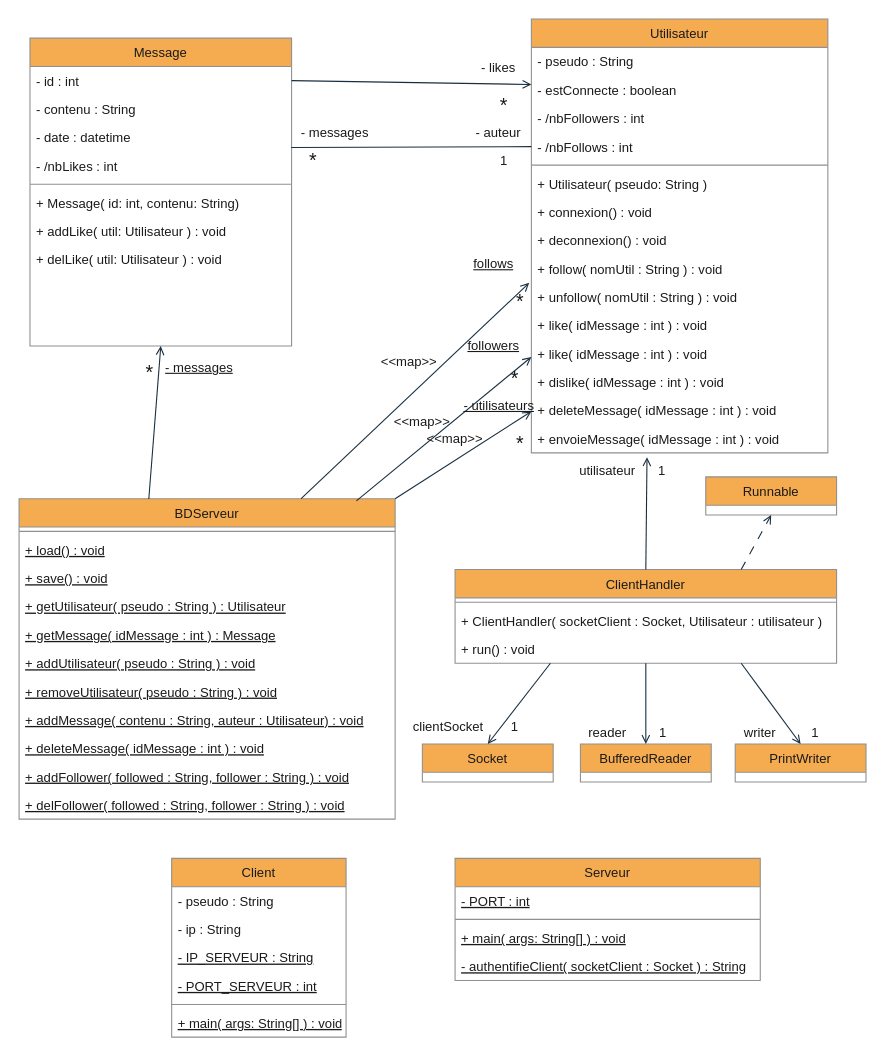
Before: diagramme_de_classes.drawio in GOUDALArthur/SAE_reseau_social, a draw.io diagram. Source tidied: cells renumbered, new cells numbered last; positions are measured from the earlier drawing's top-left corner, leaving out a move shared by most shapes. Both pictures are drawn from the tidied source at 109%, with x=0, y=0 at pixel (19, 19).
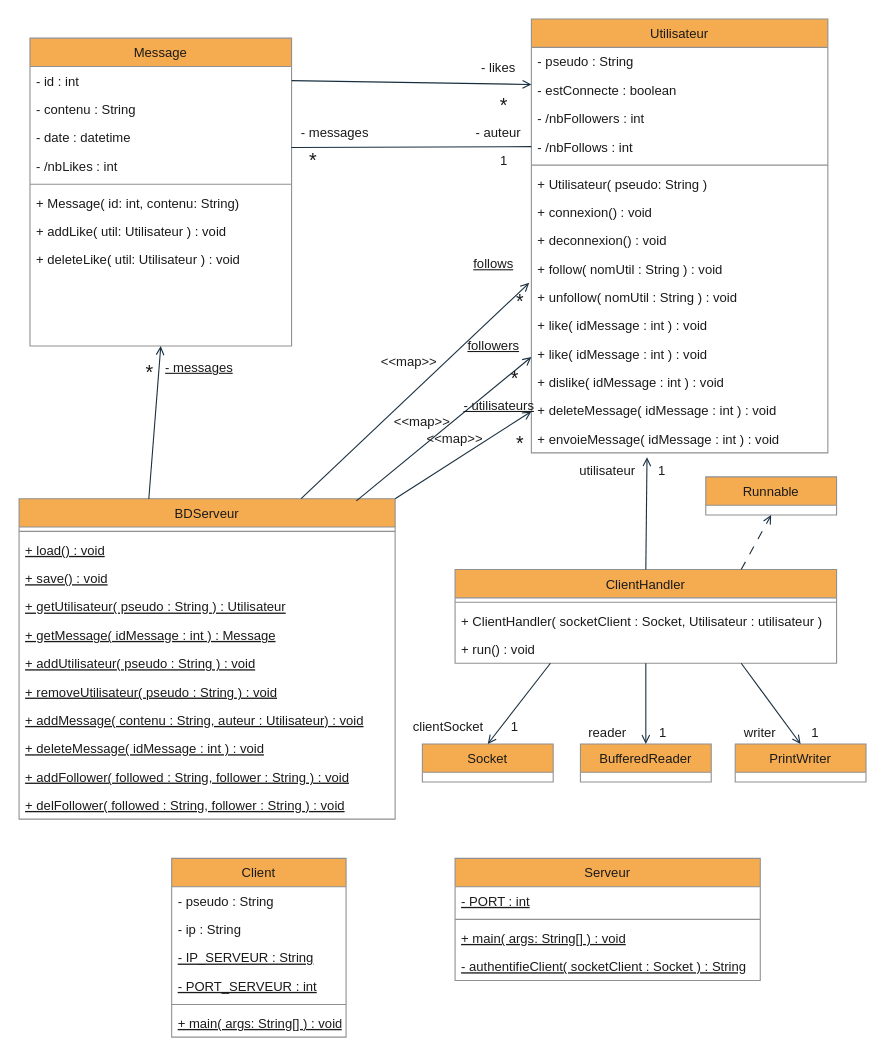
After the change.

Unchanged cells that the change refers to:
```xml
<mxCell id="30" value="Message" style="swimlane;fontStyle=0;align=center;verticalAlign=top;horizontal=1;startSize=26;rounded=0;shadow=0;strokeWidth=1;labelBackgroundColor=none;fillColor=#F5AB50;strokeColor=#909090;fontColor=#1A1A1A;" parent="1" vertex="1">
  <mxGeometry x="10" y="17.5" width="240" height="282.5" as="geometry" />
</mxCell>
```

Change to the diagram source:
```diff
@@
-    <mxCell id="38" value="+ delLike( util: Utilisateur ) : void" style="text;align=left;verticalAlign=top;spacingLeft=4;spacingRight=4;overflow=hidden;rounded=0;labelBackgroundColor=none;fontColor=#1A1A1A;" parent="30" vertex="1">
+    <mxCell id="38" value="+ deleteLike( util: Utilisateur ) : void" style="text;align=left;verticalAlign=top;spacingLeft=4;spacingRight=4;overflow=hidden;rounded=0;labelBackgroundColor=none;fontColor=#1A1A1A;" parent="30" vertex="1">
       <mxGeometry y="190" width="240" height="26" as="geometry" />
     </mxCell>
```
